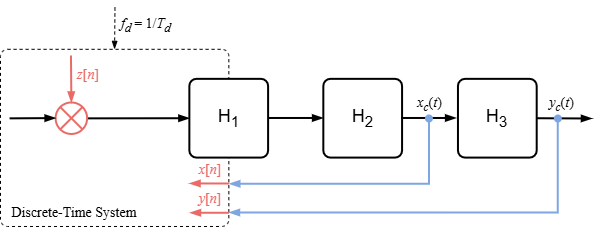
This is images/frequencyResponse/discreteTimeSystem.drawio.png from romangorbunov91/master-thesis-2026, a draw.io export, as it was before one commit. Source tidied: cells renumbered, new cells last; positions are measured from the earlier drawing's top-left corner, leaving out a move shared by most shapes.
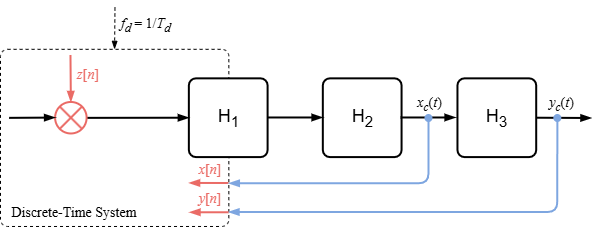
Above is the later version.

The edit, as a diff of the source:
```diff
@@ -62,7 +62,7 @@
     <mxCell id="17" value="&lt;p style=&quot;font-size: 14px;&quot;&gt;&lt;font face=&quot;Times New Roman&quot;&gt;&lt;i&gt;y&lt;sub&gt;c&lt;/sub&gt;&lt;/i&gt;(&lt;i&gt;t&lt;/i&gt;)&lt;/font&gt;&lt;/p&gt;" style="text;strokeColor=none;align=center;fillColor=none;html=1;verticalAlign=middle;whiteSpace=wrap;rounded=0;fontSize=14;" parent="1" vertex="1">
       <mxGeometry x="546" y="89.1" width="31.5" height="15.8" as="geometry" />
     </mxCell>
-    <mxCell id="18" style="endArrow=blockThin;html=1;rounded=0;edgeStyle=orthogonalEdgeStyle;startArrow=oval;startFill=1;endFill=1;startSize=6;strokeColor=#7EA6E0;strokeWidth=2;" parent="1" edge="1">
+    <mxCell id="18" style="endArrow=blockThin;html=1;rounded=1;edgeStyle=orthogonalEdgeStyle;startArrow=oval;startFill=1;endFill=1;startSize=6;strokeColor=#7EA6E0;strokeWidth=2;curved=0;" parent="1" edge="1">
       <mxGeometry relative="1" as="geometry">
         <mxPoint x="557.3" y="111" as="sourcePoint" />
         <mxPoint x="228.5" y="205" as="targetPoint" />
@@ -106,7 +106,7 @@
         <mxPoint x="455.6" y="110.5" as="targetPoint" />
       </mxGeometry>
     </mxCell>
-    <mxCell id="27" style="endArrow=blockThin;html=1;rounded=0;edgeStyle=orthogonalEdgeStyle;startArrow=oval;startFill=1;endFill=1;startSize=6;strokeColor=#7EA6E0;strokeWidth=2;entryX=1.002;entryY=0.759;entryDx=0;entryDy=0;entryPerimeter=0;" parent="1" edge="1" target="2">
+    <mxCell id="27" style="endArrow=blockThin;html=1;rounded=1;edgeStyle=orthogonalEdgeStyle;startArrow=oval;startFill=1;endFill=1;startSize=6;strokeColor=#7EA6E0;strokeWidth=2;entryX=1.002;entryY=0.759;entryDx=0;entryDy=0;entryPerimeter=0;curved=0;" parent="1" edge="1" target="2">
       <mxGeometry relative="1" as="geometry">
         <mxPoint x="428.5" y="111" as="sourcePoint" />
         <Array as="points">
```
